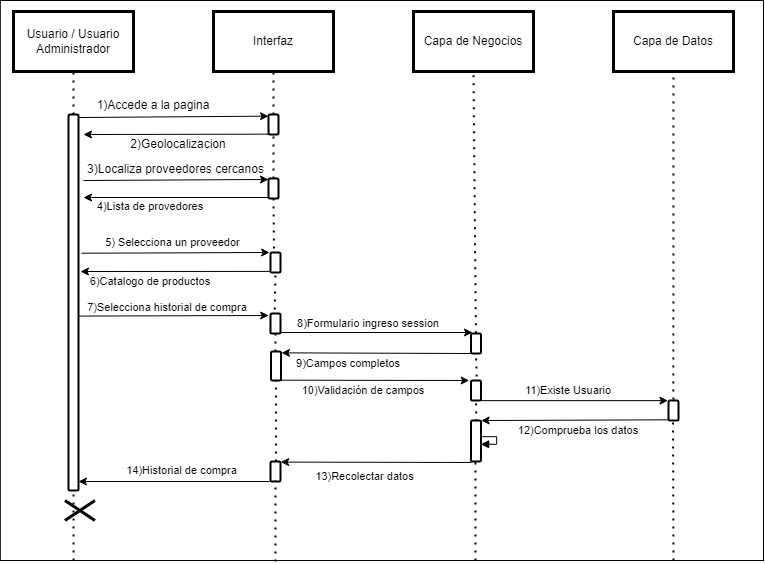
Above: Fase 1/Evidencias Grupales/Diagramas/4) Diagrama de secuencia/14)Sec_Historial_Compra.drawio.png in SoyElMato1/Grupo4-GreenMarket (draw.io), before the change. Source tidied: cells renumbered, new cells last; positions are measured from the earlier drawing's top-left corner, leaving out a move shared by most shapes.
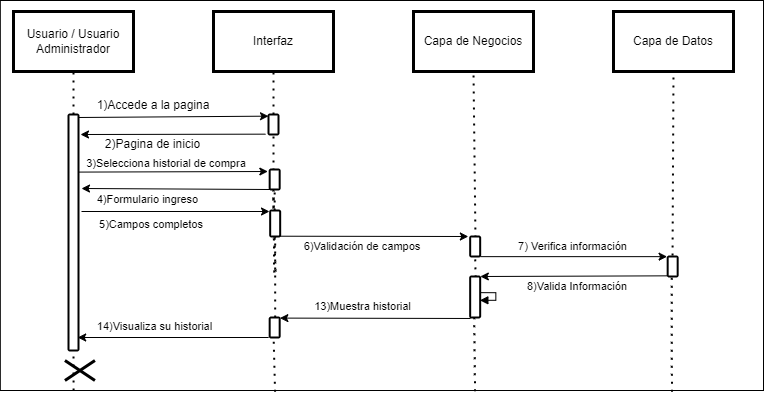
After the change.

What changed in the source:
```diff
@@ -3,7 +3,7 @@
     <mxCell id="0" />
     <mxCell id="1" parent="0" />
     <mxCell id="2" style="rounded=0;whiteSpace=wrap;html=1;" parent="1" vertex="1">
-      <mxGeometry x="-0.2" width="763.2" height="560" as="geometry" />
+      <mxGeometry x="-0.2" width="763.2" height="390" as="geometry" />
     </mxCell>
     <mxCell id="3" value="Usuario / Usuario Administrador" style="rounded=0;whiteSpace=wrap;html=1;shadow=0;strokeColor=#000000;fillColor=#FFFFFF;glass=0;gradientColor=none;fillStyle=auto;strokeWidth=3;" parent="1" vertex="1">
       <mxGeometry x="13" y="11" width="120" height="60" as="geometry" />
@@ -23,14 +23,16 @@
     <mxCell id="8" style="endArrow=none;dashed=1;html=1;dashPattern=1 3;strokeWidth=2;rounded=0;entryX=0.5;entryY=1;entryDx=0;entryDy=0;startArrow=none;" parent="1" edge="1" source="12" target="4">
       <mxGeometry relative="1" as="geometry" />
     </mxCell>
-    <mxCell id="9" style="endArrow=none;dashed=1;html=1;dashPattern=1 3;strokeWidth=2;rounded=0;entryX=0.5;entryY=1;entryDx=0;entryDy=0;startArrow=none;exitX=0.489;exitY=-0.008;exitDx=0;exitDy=0;exitPerimeter=0;" parent="1" edge="1" source="42" target="5">
+    <mxCell id="9" style="endArrow=none;dashed=1;html=1;dashPattern=1 3;strokeWidth=2;rounded=0;entryX=0.5;entryY=1;entryDx=0;entryDy=0;startArrow=none;exitX=0.529;exitY=0.053;exitDx=0;exitDy=0;exitPerimeter=0;" parent="1" edge="1" source="48" target="5">
       <mxGeometry relative="1" as="geometry" />
     </mxCell>
     <mxCell id="10" style="endArrow=none;dashed=1;html=1;dashPattern=1 3;strokeWidth=2;rounded=0;entryX=0.5;entryY=1;entryDx=0;entryDy=0;startArrow=none;exitX=0.488;exitY=-0.049;exitDx=0;exitDy=0;exitPerimeter=0;" parent="1" edge="1" source="50" target="6">
       <mxGeometry relative="1" as="geometry" />
     </mxCell>
-    <mxCell id="11" style="endArrow=none;dashed=1;html=1;dashPattern=1 3;strokeWidth=2;rounded=0;entryX=0.5;entryY=1;entryDx=0;entryDy=0;startArrow=none;" parent="1" edge="1" source="18" target="12">
-      <mxGeometry relative="1" as="geometry" />
+    <mxCell id="11" style="endArrow=none;dashed=1;html=1;dashPattern=1 3;strokeWidth=2;rounded=0;entryX=0.5;entryY=1;entryDx=0;entryDy=0;startArrow=none;" parent="1" edge="1" target="12">
+      <mxGeometry relative="1" as="geometry">
+        <mxPoint x="273" y="178" as="sourcePoint" />
+      </mxGeometry>
     </mxCell>
     <mxCell id="12" style="html=1;points=[];perimeter=orthogonalPerimeter;rounded=1;shadow=0;glass=0;fillStyle=auto;strokeColor=#000000;strokeWidth=2;fillColor=#FFFFFF;gradientColor=none;sketch=0;" parent="1" vertex="1">
       <mxGeometry x="268" y="114" width="10" height="20" as="geometry" />
@@ -43,62 +45,35 @@
     <mxCell id="14" value="1)Accede a la pagina" style="text;html=1;align=center;verticalAlign=middle;whiteSpace=wrap;rounded=0;" parent="1" vertex="1">
       <mxGeometry x="93" y="95" width="120" height="19" as="geometry" />
     </mxCell>
-    <mxCell id="15" style="endArrow=classic;html=1;rounded=0;exitX=0;exitY=0.983;exitDx=0;exitDy=0;exitPerimeter=0;" parent="1" edge="1" source="12">
+    <mxCell id="15" style="endArrow=classic;html=1;rounded=0;exitX=0;exitY=0.983;exitDx=0;exitDy=0;exitPerimeter=0;" parent="1" edge="1">
       <mxGeometry relative="1" as="geometry">
-        <mxPoint x="83" y="134" as="targetPoint" />
+        <mxPoint x="265" y="133.7" as="sourcePoint" />
+        <mxPoint x="80" y="134" as="targetPoint" />
       </mxGeometry>
     </mxCell>
-    <mxCell id="16" value="2)Geolocalizacion" style="text;html=1;align=center;verticalAlign=middle;whiteSpace=wrap;rounded=0;" parent="1" vertex="1">
-      <mxGeometry x="85.7" y="134" width="184.3" height="19" as="geometry" />
+    <mxCell id="16" value="2)Pagina de inicio" style="text;html=1;align=center;verticalAlign=middle;whiteSpace=wrap;rounded=0;" parent="1" vertex="1">
+      <mxGeometry x="98.7" y="134" width="107.3" height="19" as="geometry" />
     </mxCell>
-    <mxCell id="17" style="endArrow=none;dashed=1;html=1;dashPattern=1 3;strokeWidth=2;rounded=0;entryX=0.5;entryY=1;entryDx=0;entryDy=0;startArrow=none;exitX=0.368;exitY=0.998;exitDx=0;exitDy=0;exitPerimeter=0;" parent="1" edge="1" source="34" target="18">
-      <mxGeometry relative="1" as="geometry" />
+    <mxCell id="17" style="endArrow=none;dashed=1;html=1;dashPattern=1 3;strokeWidth=2;rounded=0;entryX=0.5;entryY=1;entryDx=0;entryDy=0;startArrow=none;exitX=0.368;exitY=0.998;exitDx=0;exitDy=0;exitPerimeter=0;" parent="1" edge="1">
+      <mxGeometry relative="1" as="geometry">
+        <mxPoint x="273.7" y="272" as="sourcePoint" />
+        <mxPoint x="273" y="198" as="targetPoint" />
+      </mxGeometry>
     </mxCell>
-    <mxCell id="18" style="html=1;points=[];perimeter=orthogonalPerimeter;rounded=1;shadow=0;glass=0;fillStyle=auto;strokeColor=#000000;strokeWidth=2;fillColor=#FFFFFF;gradientColor=none;sketch=0;" parent="1" vertex="1">
-      <mxGeometry x="268" y="178" width="10" height="20" as="geometry" />
-    </mxCell>
-    <mxCell id="19" style="endArrow=classic;html=1;rounded=0;entryX=0;entryY=0.05;entryDx=0;entryDy=0;entryPerimeter=0;" parent="1" edge="1" target="18">
-      <mxGeometry relative="1" as="geometry">
-        <mxPoint x="83" y="180" as="sourcePoint" />
-      </mxGeometry>
-    </mxCell>
-    <mxCell id="20" value="3)Localiza proveedores cercanos" style="text;html=1;align=center;verticalAlign=middle;whiteSpace=wrap;rounded=0;" parent="1" vertex="1">
-      <mxGeometry x="81.5" y="159" width="186.5" height="19" as="geometry" />
-    </mxCell>
-    <mxCell id="21" style="endArrow=classic;html=1;rounded=0;exitX=0.067;exitY=0.95;exitDx=0;exitDy=0;exitPerimeter=0;" parent="1" edge="1" source="18">
-      <mxGeometry relative="1" as="geometry">
-        <mxPoint x="83" y="197" as="targetPoint" />
-      </mxGeometry>
-    </mxCell>
-    <mxCell id="22" value="4)Lista de provedores" style="text;html=1;align=center;verticalAlign=middle;whiteSpace=wrap;rounded=0;fontSize=11;" parent="1" vertex="1">
-      <mxGeometry x="94.4" y="200" width="111.5" height="11.5" as="geometry" />
-    </mxCell>
-    <mxCell id="23" style="endArrow=classic;html=1;rounded=0;entryX=0.067;entryY=0.017;entryDx=0;entryDy=0;entryPerimeter=0;exitX=1.26;exitY=0.529;exitDx=0;exitDy=0;exitPerimeter=0;" parent="1" edge="1">
-      <mxGeometry relative="1" as="geometry">
-        <mxPoint x="81" y="252.7" as="sourcePoint" />
-        <mxPoint x="269" y="252" as="targetPoint" />
-      </mxGeometry>
-    </mxCell>
-    <mxCell id="24" value="5) Selecciona un proveedor" style="text;html=1;align=center;verticalAlign=middle;whiteSpace=wrap;rounded=0;fontSize=11;" parent="1" vertex="1">
-      <mxGeometry x="89.8" y="232" width="165" height="20" as="geometry" />
-    </mxCell>
-    <mxCell id="25" style="endArrow=classic;html=1;rounded=0;exitX=0.9;exitY=0.95;exitDx=0;exitDy=0;exitPerimeter=0;entryX=0.15;entryY=-0.05;entryDx=0;entryDy=0;entryPerimeter=0;" parent="1" edge="1" source="40" target="42">
-      <mxGeometry relative="1" as="geometry" />
-    </mxCell>
-    <mxCell id="26" value="8)Formulario ingreso session" style="text;html=1;align=center;verticalAlign=middle;whiteSpace=wrap;rounded=0;fontSize=11;" parent="1" vertex="1">
-      <mxGeometry x="293" y="313" width="150" height="20" as="geometry" />
+    <mxCell id="26" value="4)Formulario ingreso" style="text;html=1;align=center;verticalAlign=middle;whiteSpace=wrap;rounded=0;fontSize=11;" parent="1" vertex="1">
+      <mxGeometry x="94.4" y="189" width="107.3" height="20" as="geometry" />
     </mxCell>
     <mxCell id="27" style="endArrow=classic;html=1;rounded=0;exitX=1.007;exitY=1.007;exitDx=0;exitDy=0;exitPerimeter=0;entryX=-0.057;entryY=0.007;entryDx=0;entryDy=0;entryPerimeter=0;" parent="1" edge="1" source="48" target="50">
       <mxGeometry relative="1" as="geometry" />
     </mxCell>
-    <mxCell id="28" value="9)Campos completos" style="text;html=1;align=center;verticalAlign=middle;whiteSpace=wrap;rounded=0;fontSize=11;" parent="1" vertex="1">
-      <mxGeometry x="293" y="353" width="110" height="20" as="geometry" />
+    <mxCell id="28" value="5)Campos completos" style="text;html=1;align=center;verticalAlign=middle;whiteSpace=wrap;rounded=0;fontSize=11;" parent="1" vertex="1">
+      <mxGeometry x="96" y="213.5" width="110" height="20" as="geometry" />
     </mxCell>
     <mxCell id="29" style="endArrow=classic;html=1;rounded=0;entryX=1.017;entryY=0;entryDx=0;entryDy=0;entryPerimeter=0;exitX=-0.067;exitY=0.967;exitDx=0;exitDy=0;exitPerimeter=0;" parent="1" edge="1" source="50" target="52">
       <mxGeometry relative="1" as="geometry" />
     </mxCell>
-    <mxCell id="30" value="12)Comprueba los datos" style="text;html=1;align=center;verticalAlign=middle;whiteSpace=wrap;rounded=0;fontSize=11;" parent="1" vertex="1">
-      <mxGeometry x="513" y="420" width="130" height="20" as="geometry" />
+    <mxCell id="30" value="8)Valida Información" style="text;html=1;align=center;verticalAlign=middle;whiteSpace=wrap;rounded=0;fontSize=11;" parent="1" vertex="1">
+      <mxGeometry x="512.2" y="276" width="130" height="20" as="geometry" />
     </mxCell>
     <mxCell id="31" style="endArrow=classic;html=1;rounded=0;entryX=1.02;entryY=0.03;entryDx=0;entryDy=0;entryPerimeter=0;exitX=0.043;exitY=1.024;exitDx=0;exitDy=0;exitPerimeter=0;" parent="1" edge="1" source="52" target="53">
       <mxGeometry relative="1" as="geometry" />
@@ -106,51 +81,35 @@
     <mxCell id="32" style="edgeStyle=orthogonalEdgeStyle;html=1;align=left;spacingLeft=2;endArrow=block;rounded=0;entryX=0.97;entryY=0.581;entryDx=0;entryDy=0;entryPerimeter=0;exitX=1.013;exitY=0.394;exitDx=0;exitDy=0;exitPerimeter=0;" parent="1" edge="1" source="52" target="52">
       <mxGeometry relative="1" as="geometry">
         <Array as="points">
-          <mxPoint x="496.2" y="436" />
-          <mxPoint x="496.2" y="444" />
+          <mxPoint x="495.3" y="292" />
+          <mxPoint x="495.3" y="300" />
         </Array>
       </mxGeometry>
     </mxCell>
-    <mxCell id="33" style="endArrow=none;dashed=1;html=1;dashPattern=1 3;strokeWidth=2;rounded=0;entryX=0.5;entryY=1;entryDx=0;entryDy=0;startArrow=none;exitX=0.368;exitY=0.998;exitDx=0;exitDy=0;exitPerimeter=0;" parent="1" edge="1" source="40" target="34">
-      <mxGeometry relative="1" as="geometry" />
+    <mxCell id="33" style="endArrow=none;dashed=1;html=1;dashPattern=1 3;strokeWidth=2;rounded=0;entryX=0.5;entryY=1;entryDx=0;entryDy=0;startArrow=none;exitX=0.368;exitY=0.998;exitDx=0;exitDy=0;exitPerimeter=0;" parent="1" edge="1" source="40">
+      <mxGeometry relative="1" as="geometry">
+        <mxPoint x="275" y="272" as="targetPoint" />
+      </mxGeometry>
     </mxCell>
-    <mxCell id="34" style="html=1;points=[];perimeter=orthogonalPerimeter;rounded=1;shadow=0;glass=0;fillStyle=auto;strokeColor=#000000;strokeWidth=2;fillColor=#FFFFFF;gradientColor=none;sketch=0;" parent="1" vertex="1">
-      <mxGeometry x="270" y="252" width="10" height="20" as="geometry" />
-    </mxCell>
-    <mxCell id="35" style="endArrow=classic;html=1;rounded=0;exitX=0.007;exitY=0.946;exitDx=0;exitDy=0;exitPerimeter=0;entryX=0;entryY=0;entryDx=0;entryDy=0;" parent="1" edge="1" source="34" target="36">
-      <mxGeometry relative="1" as="geometry" />
-    </mxCell>
-    <mxCell id="36" value="6)Catalogo de productos" style="text;html=1;align=center;verticalAlign=middle;whiteSpace=wrap;rounded=0;fontSize=11;" parent="1" vertex="1">
-      <mxGeometry x="80" y="271" width="140.4" height="20" as="geometry" />
-    </mxCell>
     <mxCell id="37" style="endArrow=classic;html=1;rounded=0;exitX=0.983;exitY=0.622;exitDx=0;exitDy=0;exitPerimeter=0;entryX=-0.183;entryY=0.1;entryDx=0;entryDy=0;entryPerimeter=0;" parent="1" edge="1" target="40">
       <mxGeometry relative="1" as="geometry">
-        <mxPoint x="77.8" y="315.6" as="sourcePoint" />
+        <mxPoint x="77" y="171.6" as="sourcePoint" />
       </mxGeometry>
     </mxCell>
-    <mxCell id="38" value="7)Selecciona historial de compra&amp;nbsp;" style="text;html=1;align=center;verticalAlign=middle;whiteSpace=wrap;rounded=0;fontSize=11;" parent="1" vertex="1">
-      <mxGeometry x="81.8" y="300" width="173" height="13" as="geometry" />
+    <mxCell id="38" value="3)Selecciona historial de compra&amp;nbsp;" style="text;html=1;align=center;verticalAlign=middle;whiteSpace=wrap;rounded=0;fontSize=11;" parent="1" vertex="1">
+      <mxGeometry x="81" y="156" width="173" height="13" as="geometry" />
     </mxCell>
     <mxCell id="39" style="endArrow=none;dashed=1;html=1;dashPattern=1 3;strokeWidth=2;rounded=0;entryX=0.5;entryY=1;entryDx=0;entryDy=0;startArrow=none;" parent="1" edge="1" source="45" target="40">
       <mxGeometry relative="1" as="geometry" />
     </mxCell>
     <mxCell id="40" style="html=1;points=[];perimeter=orthogonalPerimeter;rounded=1;shadow=0;glass=0;fillStyle=auto;strokeColor=#000000;strokeWidth=2;fillColor=#FFFFFF;gradientColor=none;sketch=0;" parent="1" vertex="1">
-      <mxGeometry x="270" y="313" width="10" height="20" as="geometry" />
+      <mxGeometry x="269.2" y="169" width="10" height="20" as="geometry" />
     </mxCell>
-    <mxCell id="41" style="endArrow=none;dashed=1;html=1;dashPattern=1 3;strokeWidth=2;rounded=0;entryX=0.5;entryY=1;entryDx=0;entryDy=0;startArrow=none;exitX=0.632;exitY=1.004;exitDx=0;exitDy=0;exitPerimeter=0;" parent="1" edge="1" source="48" target="42">
-      <mxGeometry relative="1" as="geometry" />
-    </mxCell>
-    <mxCell id="42" style="html=1;points=[];perimeter=orthogonalPerimeter;rounded=1;shadow=0;glass=0;fillStyle=auto;strokeColor=#000000;strokeWidth=2;fillColor=#FFFFFF;gradientColor=none;sketch=0;" parent="1" vertex="1">
-      <mxGeometry x="470.5" y="333" width="10" height="20" as="geometry" />
-    </mxCell>
-    <mxCell id="43" style="endArrow=classic;html=1;rounded=0;exitX=-0.05;exitY=1;exitDx=0;exitDy=0;exitPerimeter=0;entryX=1.05;entryY=0.047;entryDx=0;entryDy=0;entryPerimeter=0;" parent="1" edge="1" source="42" target="45">
-      <mxGeometry relative="1" as="geometry" />
-    </mxCell>
     <mxCell id="44" style="endArrow=none;dashed=1;html=1;dashPattern=1 3;strokeWidth=2;rounded=0;entryX=0.5;entryY=1;entryDx=0;entryDy=0;startArrow=none;" parent="1" edge="1" source="53" target="45">
       <mxGeometry relative="1" as="geometry" />
     </mxCell>
     <mxCell id="45" style="html=1;points=[];perimeter=orthogonalPerimeter;rounded=1;shadow=0;glass=0;fillStyle=auto;strokeColor=#000000;strokeWidth=2;fillColor=#FFFFFF;gradientColor=none;sketch=0;" parent="1" vertex="1">
-      <mxGeometry x="270.5" y="351" width="10" height="29" as="geometry" />
+      <mxGeometry x="269.7" y="210" width="10" height="26" as="geometry" />
     </mxCell>
     <mxCell id="46" style="endArrow=classic;html=1;rounded=0;exitX=0.983;exitY=0.989;exitDx=0;exitDy=0;exitPerimeter=0;entryX=-0.183;entryY=0;entryDx=0;entryDy=0;entryPerimeter=0;" parent="1" edge="1" source="45" target="48">
       <mxGeometry relative="1" as="geometry" />
@@ -159,61 +118,64 @@
       <mxGeometry relative="1" as="geometry" />
     </mxCell>
     <mxCell id="48" style="html=1;points=[];perimeter=orthogonalPerimeter;rounded=1;shadow=0;glass=0;fillStyle=auto;strokeColor=#000000;strokeWidth=2;fillColor=#FFFFFF;gradientColor=none;sketch=0;" parent="1" vertex="1">
-      <mxGeometry x="470.5" y="380" width="10" height="20" as="geometry" />
+      <mxGeometry x="469.7" y="236" width="10" height="20" as="geometry" />
     </mxCell>
-    <mxCell id="49" value="10)Validación de campos" style="text;html=1;align=center;verticalAlign=middle;whiteSpace=wrap;rounded=0;fontSize=11;" parent="1" vertex="1">
-      <mxGeometry x="293" y="380" width="140" height="20" as="geometry" />
+    <mxCell id="49" value="6&lt;span style=&quot;background-color: initial;&quot;&gt;)Validación de campos&lt;/span&gt;" style="text;html=1;align=center;verticalAlign=middle;whiteSpace=wrap;rounded=0;fontSize=11;" parent="1" vertex="1">
+      <mxGeometry x="292.2" y="236" width="140" height="20" as="geometry" />
     </mxCell>
     <mxCell id="50" style="html=1;points=[];perimeter=orthogonalPerimeter;rounded=1;shadow=0;glass=0;fillStyle=auto;strokeColor=#000000;strokeWidth=2;fillColor=#FFFFFF;gradientColor=none;sketch=0;" parent="1" vertex="1">
-      <mxGeometry x="668" y="400" width="10" height="20" as="geometry" />
+      <mxGeometry x="667.2" y="256" width="10" height="20" as="geometry" />
     </mxCell>
-    <mxCell id="51" value="11)Existe Usuario" style="text;html=1;align=center;verticalAlign=middle;whiteSpace=wrap;rounded=0;fontSize=11;" parent="1" vertex="1">
-      <mxGeometry x="513" y="380" width="110" height="20" as="geometry" />
+    <mxCell id="51" value="7) Verifica información" style="text;html=1;align=center;verticalAlign=middle;whiteSpace=wrap;rounded=0;fontSize=11;" parent="1" vertex="1">
+      <mxGeometry x="512.2" y="236" width="120.8" height="20" as="geometry" />
     </mxCell>
     <mxCell id="52" style="html=1;points=[];perimeter=orthogonalPerimeter;rounded=1;shadow=0;glass=0;fillStyle=auto;strokeColor=#000000;strokeWidth=2;fillColor=#FFFFFF;gradientColor=none;sketch=0;" parent="1" vertex="1">
-      <mxGeometry x="470.5" y="420" width="10" height="41" as="geometry" />
+      <mxGeometry x="469.7" y="276" width="10" height="41" as="geometry" />
     </mxCell>
     <mxCell id="53" style="html=1;points=[];perimeter=orthogonalPerimeter;rounded=1;shadow=0;glass=0;fillStyle=auto;strokeColor=#000000;strokeWidth=2;fillColor=#FFFFFF;gradientColor=none;sketch=0;" parent="1" vertex="1">
-      <mxGeometry x="270" y="461" width="10" height="20" as="geometry" />
+      <mxGeometry x="269.2" y="317" width="10" height="20" as="geometry" />
     </mxCell>
     <mxCell id="54" style="endArrow=classic;html=1;rounded=0;entryX=1.02;entryY=0.03;entryDx=0;entryDy=0;entryPerimeter=0;exitX=0.043;exitY=1.024;exitDx=0;exitDy=0;exitPerimeter=0;" parent="1" edge="1">
       <mxGeometry relative="1" as="geometry">
-        <mxPoint x="269" y="481" as="sourcePoint" />
-        <mxPoint x="78" y="481" as="targetPoint" />
+        <mxPoint x="268.2" y="337" as="sourcePoint" />
+        <mxPoint x="77.2" y="337" as="targetPoint" />
       </mxGeometry>
     </mxCell>
-    <mxCell id="55" value="14)Historial de compra" style="text;html=1;align=center;verticalAlign=middle;whiteSpace=wrap;rounded=0;fontSize=11;" parent="1" vertex="1">
-      <mxGeometry x="119.8" y="460" width="123.2" height="20" as="geometry" />
+    <mxCell id="55" value="14)Visualiza su historial" style="text;html=1;align=center;verticalAlign=middle;whiteSpace=wrap;rounded=0;fontSize=11;" parent="1" vertex="1">
+      <mxGeometry x="93" y="316" width="123.2" height="20" as="geometry" />
     </mxCell>
     <mxCell id="56" style="endArrow=none;dashed=1;html=1;dashPattern=1 3;strokeWidth=2;rounded=0;entryX=0.5;entryY=1;entryDx=0;entryDy=0;startArrow=none;exitX=0.096;exitY=1;exitDx=0;exitDy=0;exitPerimeter=0;" parent="1" edge="1" source="2" target="57">
       <mxGeometry relative="1" as="geometry" />
     </mxCell>
     <mxCell id="57" style="html=1;points=[];perimeter=orthogonalPerimeter;rounded=1;shadow=0;glass=0;fillStyle=auto;strokeColor=#000000;strokeWidth=2;fillColor=#FFFFFF;gradientColor=none;sketch=0;" parent="1" vertex="1">
-      <mxGeometry x="68" y="114" width="10" height="376" as="geometry" />
+      <mxGeometry x="68" y="114" width="10" height="236" as="geometry" />
     </mxCell>
-    <mxCell id="58" value="13)Recolectar datos" style="text;html=1;align=center;verticalAlign=middle;whiteSpace=wrap;rounded=0;fontSize=11;" parent="1" vertex="1">
-      <mxGeometry x="302.8" y="466" width="123.2" height="20" as="geometry" />
+    <mxCell id="58" value="13)Muestra historial" style="text;html=1;align=center;verticalAlign=middle;whiteSpace=wrap;rounded=0;fontSize=11;" parent="1" vertex="1">
+      <mxGeometry x="300.6" y="296" width="123.2" height="20" as="geometry" />
     </mxCell>
-    <mxCell id="59" style="endArrow=none;dashed=1;html=1;dashPattern=1 3;strokeWidth=2;rounded=0;entryX=0.5;entryY=1;entryDx=0;entryDy=0;startArrow=none;" parent="1" edge="1">
-      <mxGeometry relative="1" as="geometry">
-        <mxPoint x="275" y="561" as="sourcePoint" />
-        <mxPoint x="275" y="480" as="targetPoint" />
-      </mxGeometry>
+    <mxCell id="59" style="endArrow=none;dashed=1;html=1;dashPattern=1 3;strokeWidth=2;rounded=0;entryX=0.394;entryY=0.971;entryDx=0;entryDy=0;startArrow=none;entryPerimeter=0;exitX=0.36;exitY=1.003;exitDx=0;exitDy=0;exitPerimeter=0;" parent="1" edge="1" source="2" target="53">
+      <mxGeometry relative="1" as="geometry" />
     </mxCell>
-    <mxCell id="60" style="endArrow=none;dashed=1;html=1;dashPattern=1 3;strokeWidth=2;rounded=0;entryX=0.5;entryY=1;entryDx=0;entryDy=0;startArrow=none;" parent="1" edge="1">
-      <mxGeometry relative="1" as="geometry">
-        <mxPoint x="475" y="560" as="sourcePoint" />
-        <mxPoint x="475" y="461" as="targetPoint" />
-      </mxGeometry>
+    <mxCell id="60" style="endArrow=none;dashed=1;html=1;dashPattern=1 3;strokeWidth=2;rounded=0;entryX=0.398;entryY=0.954;entryDx=0;entryDy=0;startArrow=none;entryPerimeter=0;exitX=0.622;exitY=1.002;exitDx=0;exitDy=0;exitPerimeter=0;" parent="1" edge="1" source="2" target="52">
+      <mxGeometry relative="1" as="geometry" />
     </mxCell>
-    <mxCell id="61" style="endArrow=none;dashed=1;html=1;dashPattern=1 3;strokeWidth=2;rounded=0;entryX=0.5;entryY=1;entryDx=0;entryDy=0;startArrow=none;" parent="1" edge="1">
-      <mxGeometry relative="1" as="geometry">
-        <mxPoint x="673" y="560" as="sourcePoint" />
-        <mxPoint x="672.5" y="420" as="targetPoint" />
-      </mxGeometry>
+    <mxCell id="61" style="endArrow=none;dashed=1;html=1;dashPattern=1 3;strokeWidth=2;rounded=0;entryX=0.396;entryY=0.974;entryDx=0;entryDy=0;startArrow=none;entryPerimeter=0;exitX=0.88;exitY=1.003;exitDx=0;exitDy=0;exitPerimeter=0;" parent="1" edge="1" source="2" target="50">
+      <mxGeometry relative="1" as="geometry" />
     </mxCell>
     <mxCell id="62" style="shape=umlDestroy;whiteSpace=wrap;html=1;strokeWidth=3;targetShapes=umlLifeline;" parent="1" vertex="1">
-      <mxGeometry x="64.4" y="500" width="30" height="20" as="geometry" />
+      <mxGeometry x="64.4" y="360" width="30" height="20" as="geometry" />
     </mxCell>
+    <mxCell id="63" style="endArrow=classic;html=1;rounded=0;exitX=-0.05;exitY=1;exitDx=0;exitDy=0;exitPerimeter=0;entryX=1.05;entryY=0.047;entryDx=0;entryDy=0;entryPerimeter=0;" parent="1" edge="1">
+      <mxGeometry relative="1" as="geometry">
+        <mxPoint x="270" y="189" as="sourcePoint" />
+        <mxPoint x="81" y="188" as="targetPoint" />
+      </mxGeometry>
+    </mxCell>
+    <mxCell id="64" style="endArrow=classic;html=1;rounded=0;exitX=0.983;exitY=0.989;exitDx=0;exitDy=0;exitPerimeter=0;entryX=-0.183;entryY=0;entryDx=0;entryDy=0;entryPerimeter=0;" parent="1" edge="1">
+      <mxGeometry relative="1" as="geometry">
+        <mxPoint x="81" y="211" as="sourcePoint" />
+        <mxPoint x="269" y="211" as="targetPoint" />
+      </mxGeometry>
+    </mxCell>
   </root>
 </mxGraphModel>
```
